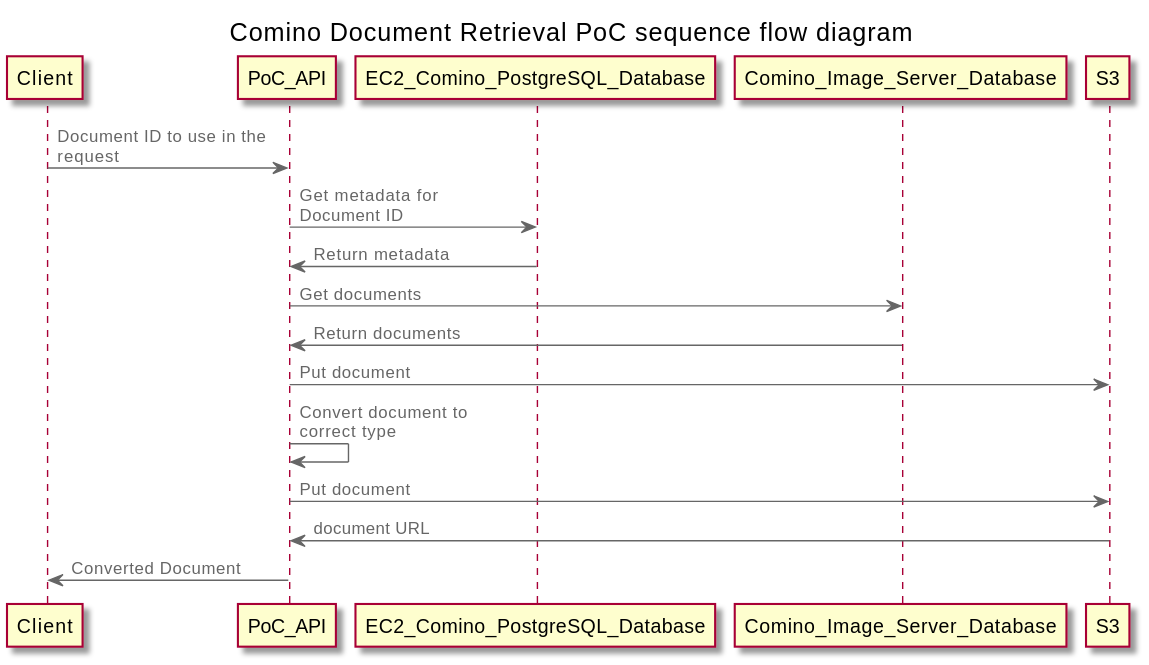
LBHackney-IT/comino-document-retrieval keeps this PlantUML diagram as docs/diagrams/planed-comino-document-retrieval-poc-sequence-diagram.svg. Above is the earlier version. The source it was exported from:
```plantuml
@startuml
!include https://raw.githubusercontent.com/plantuml-stdlib/C4-PlantUML/v2.2.0/C4_Deployment.puml
!include https://raw.githubusercontent.com/LBHackney-IT/cv-19-res-support-v3/development/docs/diagrams/c4_shared.puml

title Comino Document Retrieval PoC sequence flow diagram

Client -> PoC_API: Document ID to use in the request
PoC_API -> EC2_Comino_PostgreSQL_Database: Get metadata for Document ID
PoC_API <- EC2_Comino_PostgreSQL_Database: Return metadata
PoC_API -> Comino_Image_Server_Database: Get documents
PoC_API <- Comino_Image_Server_Database: Return documents
PoC_API -> S3: Put document
PoC_API -> PoC_API: Convert document to correct type
PoC_API -> S3: Put document
PoC_API <- S3: document URL
PoC_API -> Client: Converted Document
@enduml
```
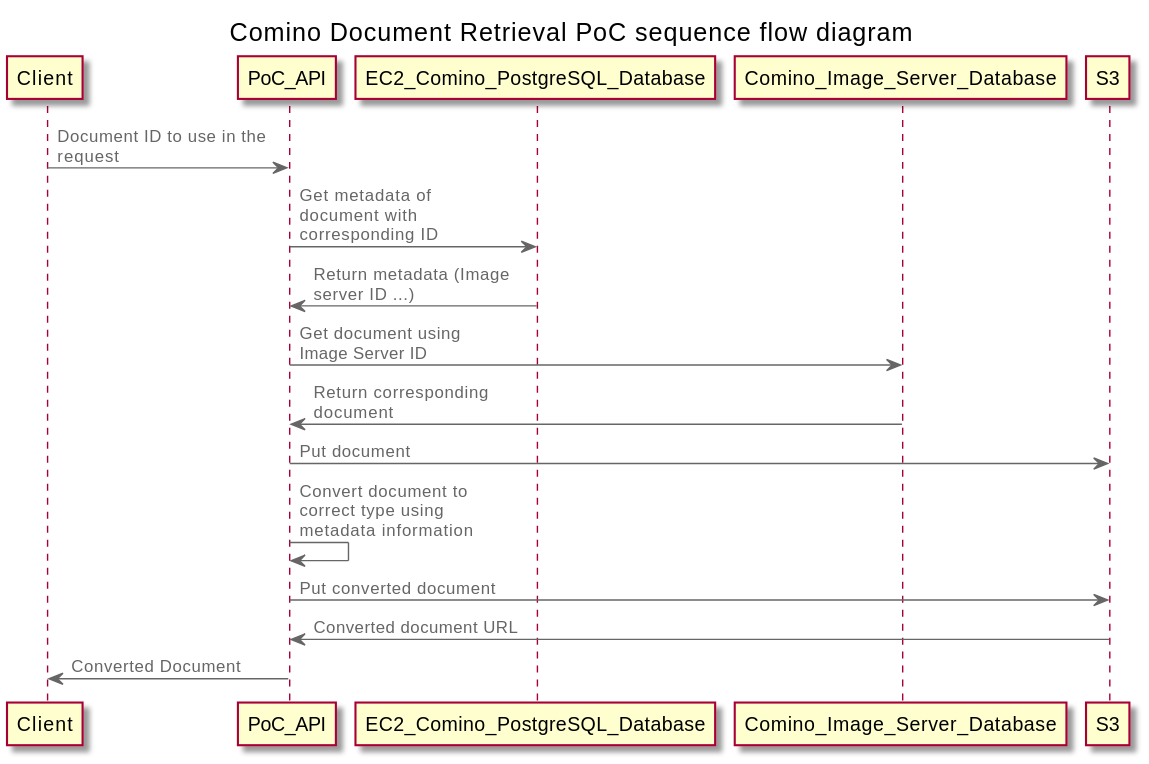
Later version of the same file.

Change to the diagram source:
```diff
@@ -5,13 +5,13 @@
 title Comino Document Retrieval PoC sequence flow diagram
 
 Client -> PoC_API: Document ID to use in the request
-PoC_API -> EC2_Comino_PostgreSQL_Database: Get metadata for Document ID
-PoC_API <- EC2_Comino_PostgreSQL_Database: Return metadata
-PoC_API -> Comino_Image_Server_Database: Get documents
-PoC_API <- Comino_Image_Server_Database: Return documents
+PoC_API -> EC2_Comino_PostgreSQL_Database: Get metadata of document with corresponding ID
+PoC_API <- EC2_Comino_PostgreSQL_Database: Return metadata (Image server ID ...)
+PoC_API -> Comino_Image_Server_Database: Get document using Image Server ID
+PoC_API <- Comino_Image_Server_Database: Return corresponding document
 PoC_API -> S3: Put document
-PoC_API -> PoC_API: Convert document to correct type
-PoC_API -> S3: Put document
-PoC_API <- S3: document URL
+PoC_API -> PoC_API: Convert document to correct type using metadata information
+PoC_API -> S3: Put converted document
+PoC_API <- S3: Converted document URL
 PoC_API -> Client: Converted Document
 @enduml
```
